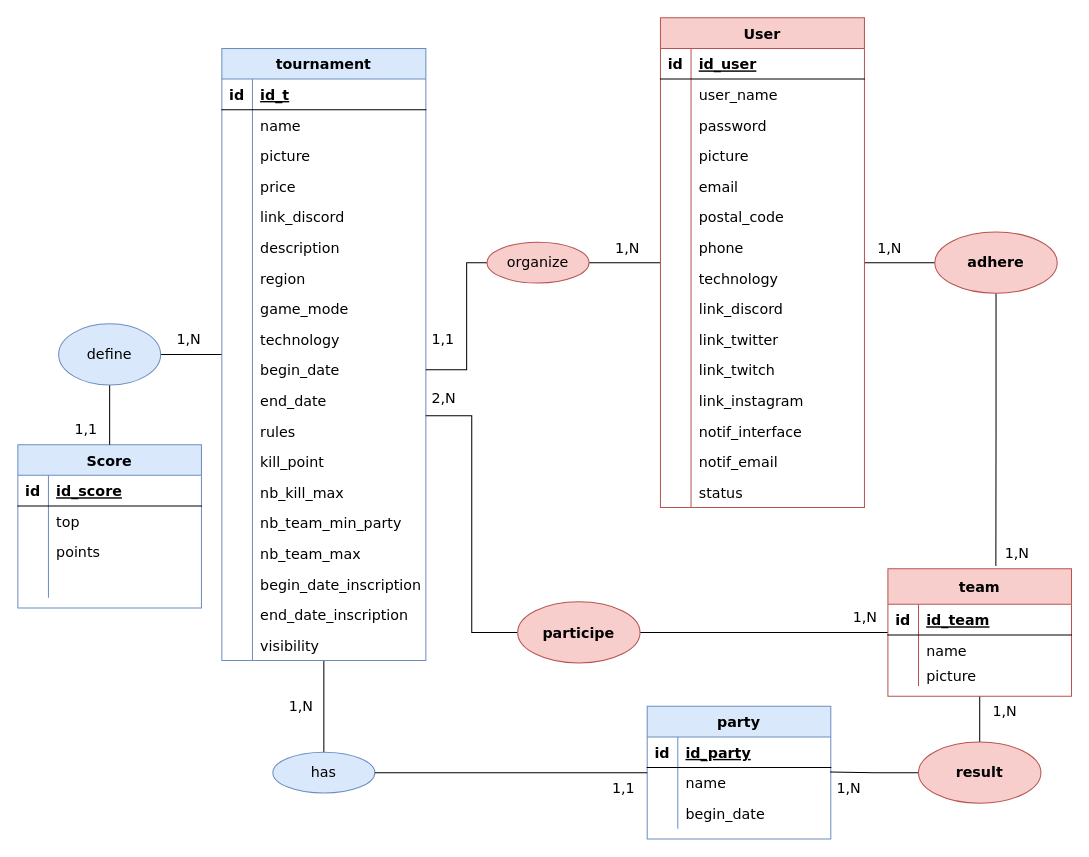
Above: page "MCD" (1 of 3) of Wavy_MERISE2.drawio in Pakulic/Maquettage_Site_web (draw.io), before the change. Source tidied: cells renumbered, new cells numbered last; positions are measured from the earlier drawing's top-left corner, leaving out a move shared by most shapes. Both pictures are drawn from the tidied source at 102%, with x=0, y=0 at pixel (17, 17).
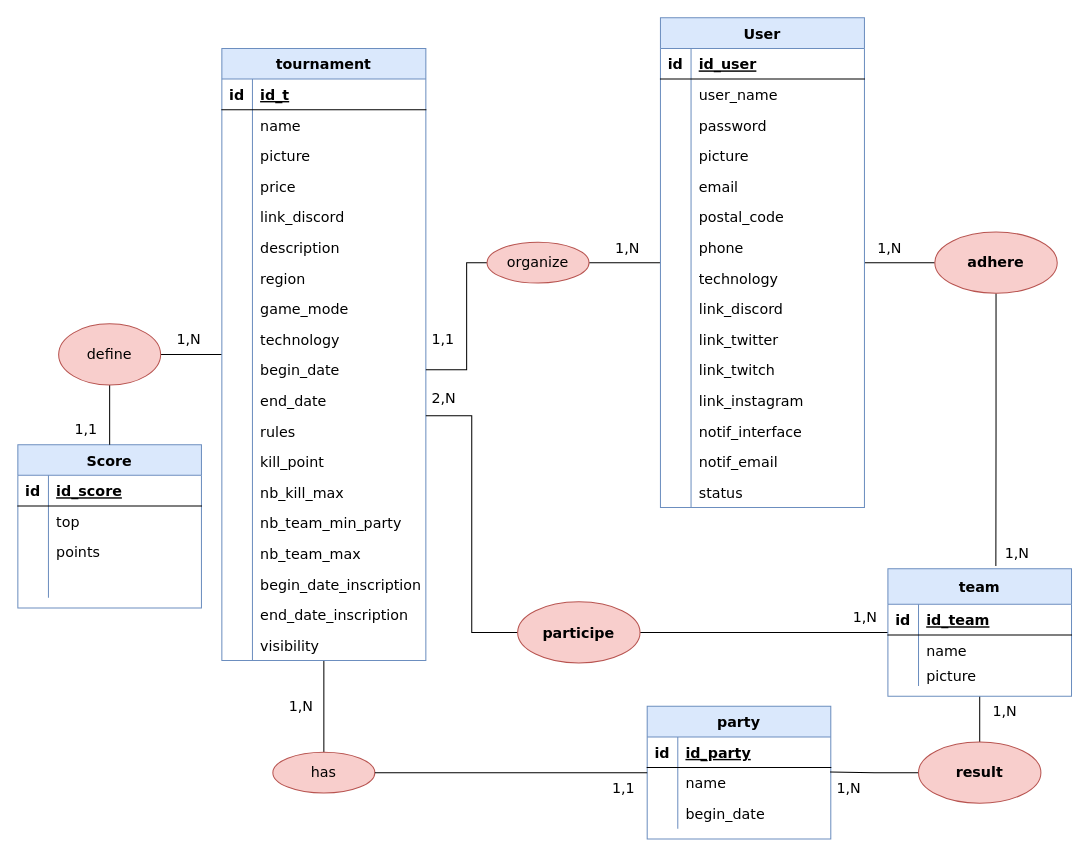
After the change.

Diff of the diagram source:
```diff
@@
-    <mxCell id="89" value="define" style="ellipse;whiteSpace=wrap;html=1;align=center;fillColor=#dae8fc;strokeColor=#6c8ebf;fontSize=14;fontFamily=Verdana;" parent="1" vertex="1">
+    <mxCell id="89" value="define" style="ellipse;whiteSpace=wrap;html=1;align=center;fillColor=#f8cecc;strokeColor=#b85450;fontSize=14;fontFamily=Verdana;" parent="1" vertex="1">
       <mxGeometry x="40" y="300" width="100" height="60" as="geometry" />
     </mxCell>
@@
-    <mxCell id="92" value="team" style="shape=table;startSize=35;childLayout=tableLayout;rowLines=0;fontStyle=1;align=center;fillColor=#f8cecc;strokeColor=#b85450;fontSize=14;fontFamily=Verdana;" parent="1" vertex="1">
+    <mxCell id="92" value="team" style="shape=table;startSize=35;childLayout=tableLayout;rowLines=0;fontStyle=1;align=center;fillColor=#dae8fc;strokeColor=#6c8ebf;fontSize=14;fontFamily=Verdana;" parent="1" vertex="1">
       <mxGeometry x="853" y="540" width="180" height="125" as="geometry" />
     </mxCell>
@@
-    <mxCell id="102" value="has" style="ellipse;whiteSpace=wrap;html=1;align=center;fillColor=#dae8fc;strokeColor=#6c8ebf;fontSize=14;fontFamily=Verdana;" parent="1" vertex="1">
+    <mxCell id="102" value="has" style="ellipse;whiteSpace=wrap;html=1;align=center;fillColor=#f8cecc;strokeColor=#b85450;fontSize=14;fontFamily=Verdana;" parent="1" vertex="1">
       <mxGeometry x="250" y="720" width="100" height="40" as="geometry" />
     </mxCell>
@@
-    <mxCell id="104" value="User" style="shape=table;startSize=30;childLayout=tableLayout;rowLines=0;fontStyle=1;align=center;fillColor=#f8cecc;strokeColor=#b85450;fontSize=14;fontFamily=Verdana;" parent="1" vertex="1">
+    <mxCell id="104" value="User" style="shape=table;startSize=30;childLayout=tableLayout;rowLines=0;fontStyle=1;align=center;fillColor=#dae8fc;strokeColor=#6c8ebf;fontSize=14;fontFamily=Verdana;" parent="1" vertex="1">
       <mxGeometry x="630" width="200" height="480" as="geometry" />
     </mxCell>
```
